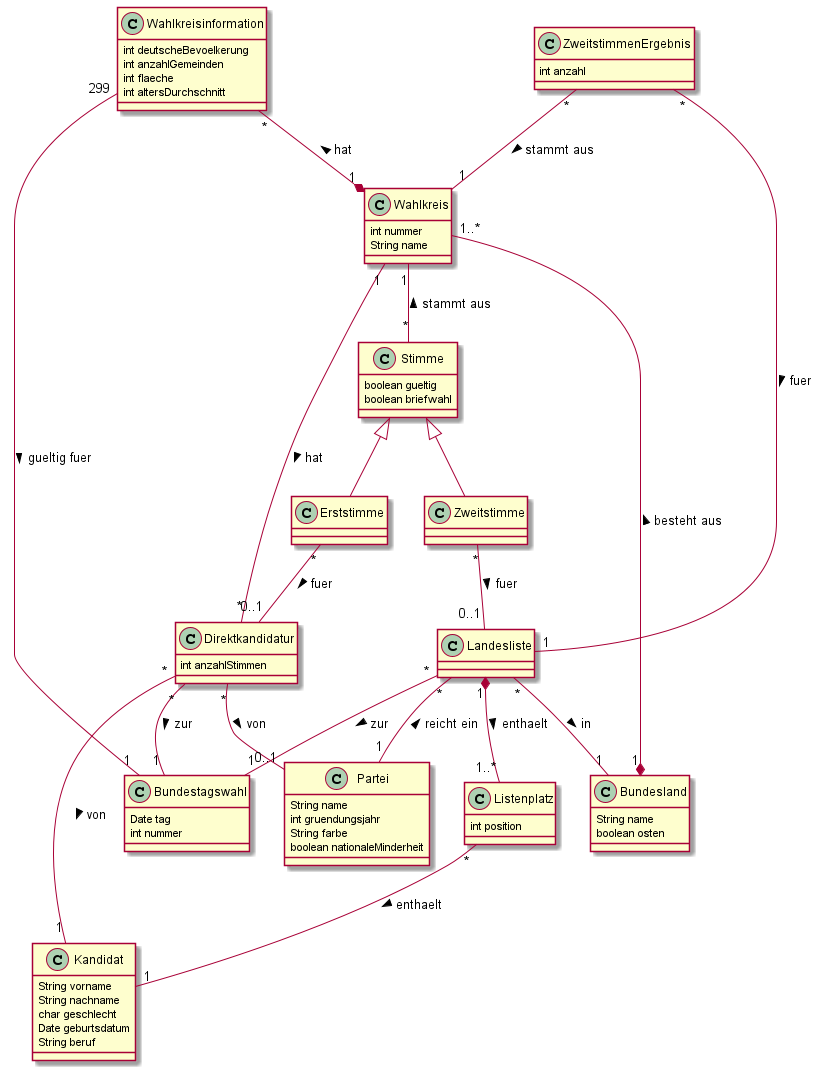
This is Entwurf.png from Toemmsche/database-systems-project-mirror, a PlantUML export, as it was before one commit.
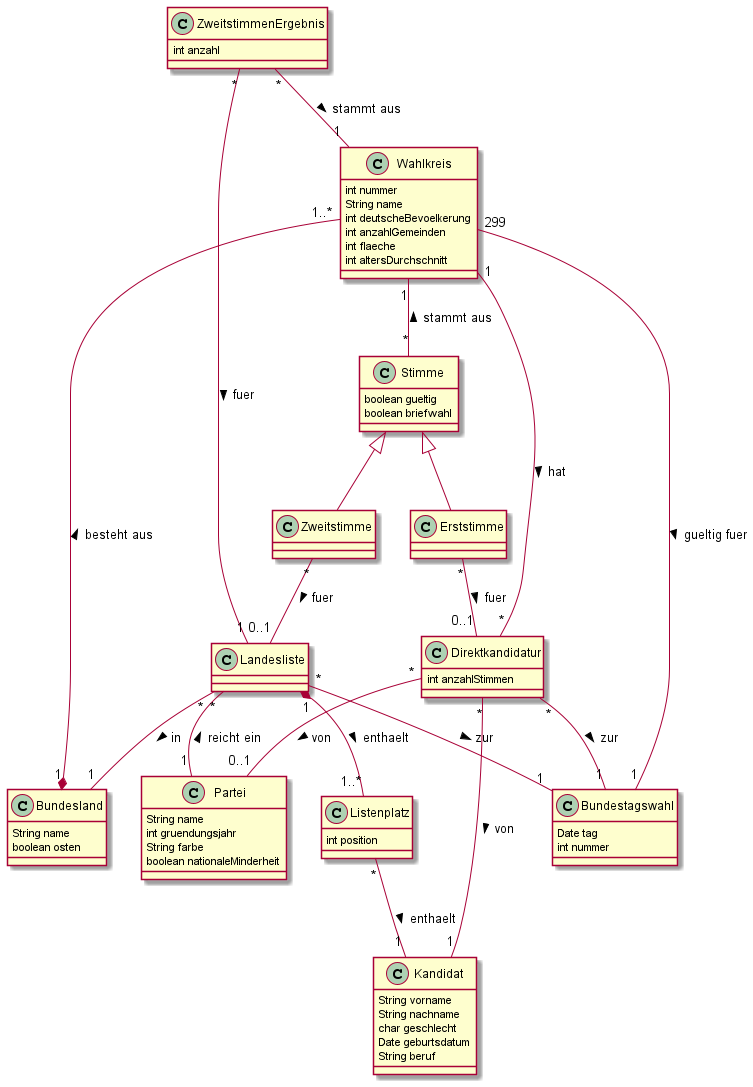
After the change.

Change to the diagram source:
```diff
@@ -24,13 +24,6 @@
    int nummer
 }
 
-class Wahlkreisinformation {
-    int deutscheBevoelkerung
-    int anzahlGemeinden
-    int flaeche
-    int altersDurchschnitt
-}
-
 class Landesliste {
 }
 
@@ -41,6 +34,10 @@
 class Wahlkreis {
     int nummer
     String name
+    int deutscheBevoelkerung
+    int anzahlGemeinden
+    int flaeche
+    int altersDurchschnitt
 }
 
 class ZweitstimmenErgebnis {
@@ -71,8 +68,7 @@
 
 Wahlkreis "1..*" --* "1" Bundesland : besteht aus <
 
-Wahlkreisinformation "*" --* "1" Wahlkreis : < hat
-Wahlkreisinformation "299" -- "1" Bundestagswahl: gueltig fuer >
+Wahlkreis "299" -- "1" Bundestagswahl: gueltig fuer >
 
 Direktkandidatur "*" -- "1" Kandidat : von >
 Direktkandidatur "*" -- "1" Wahlkreis : < hat
```
